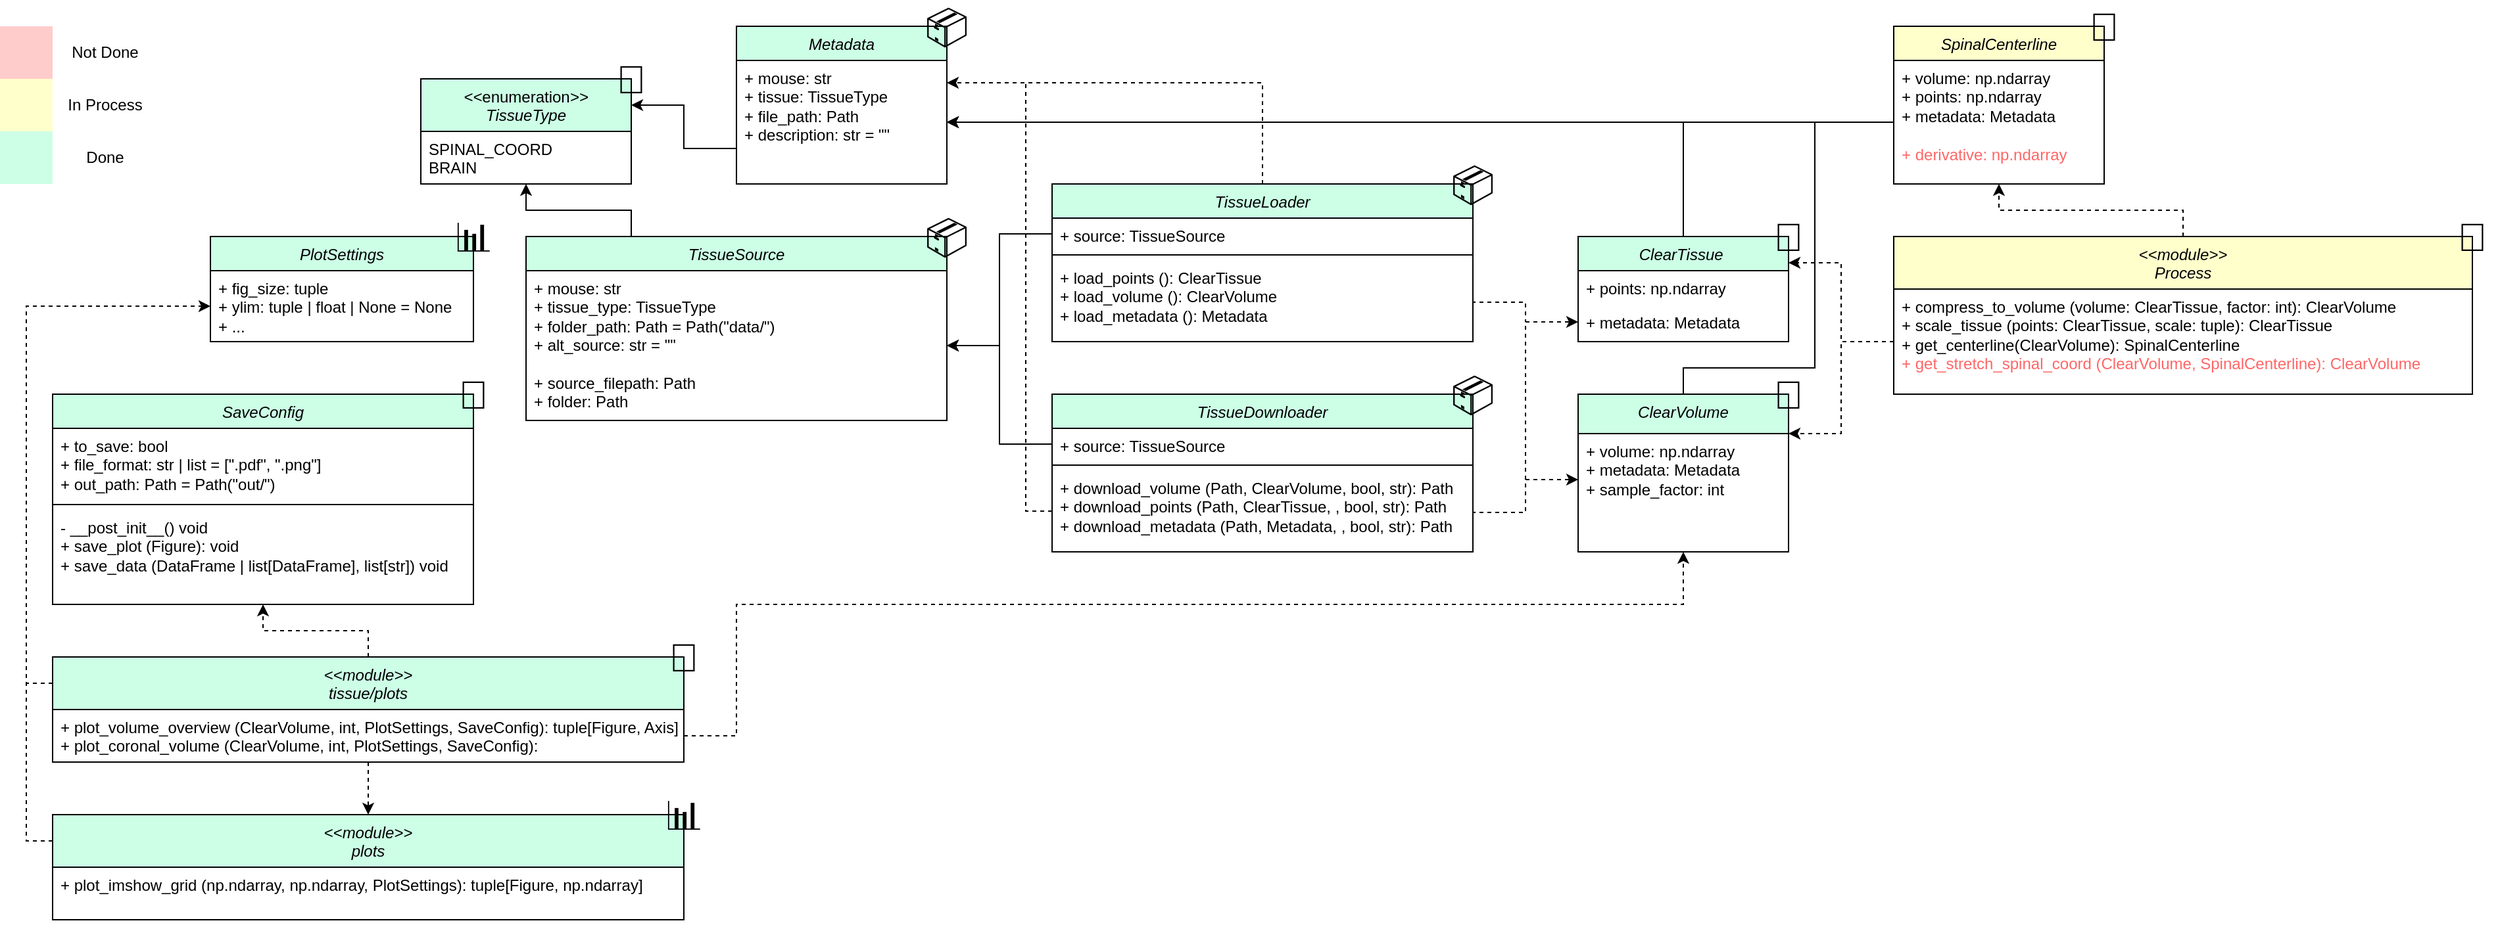
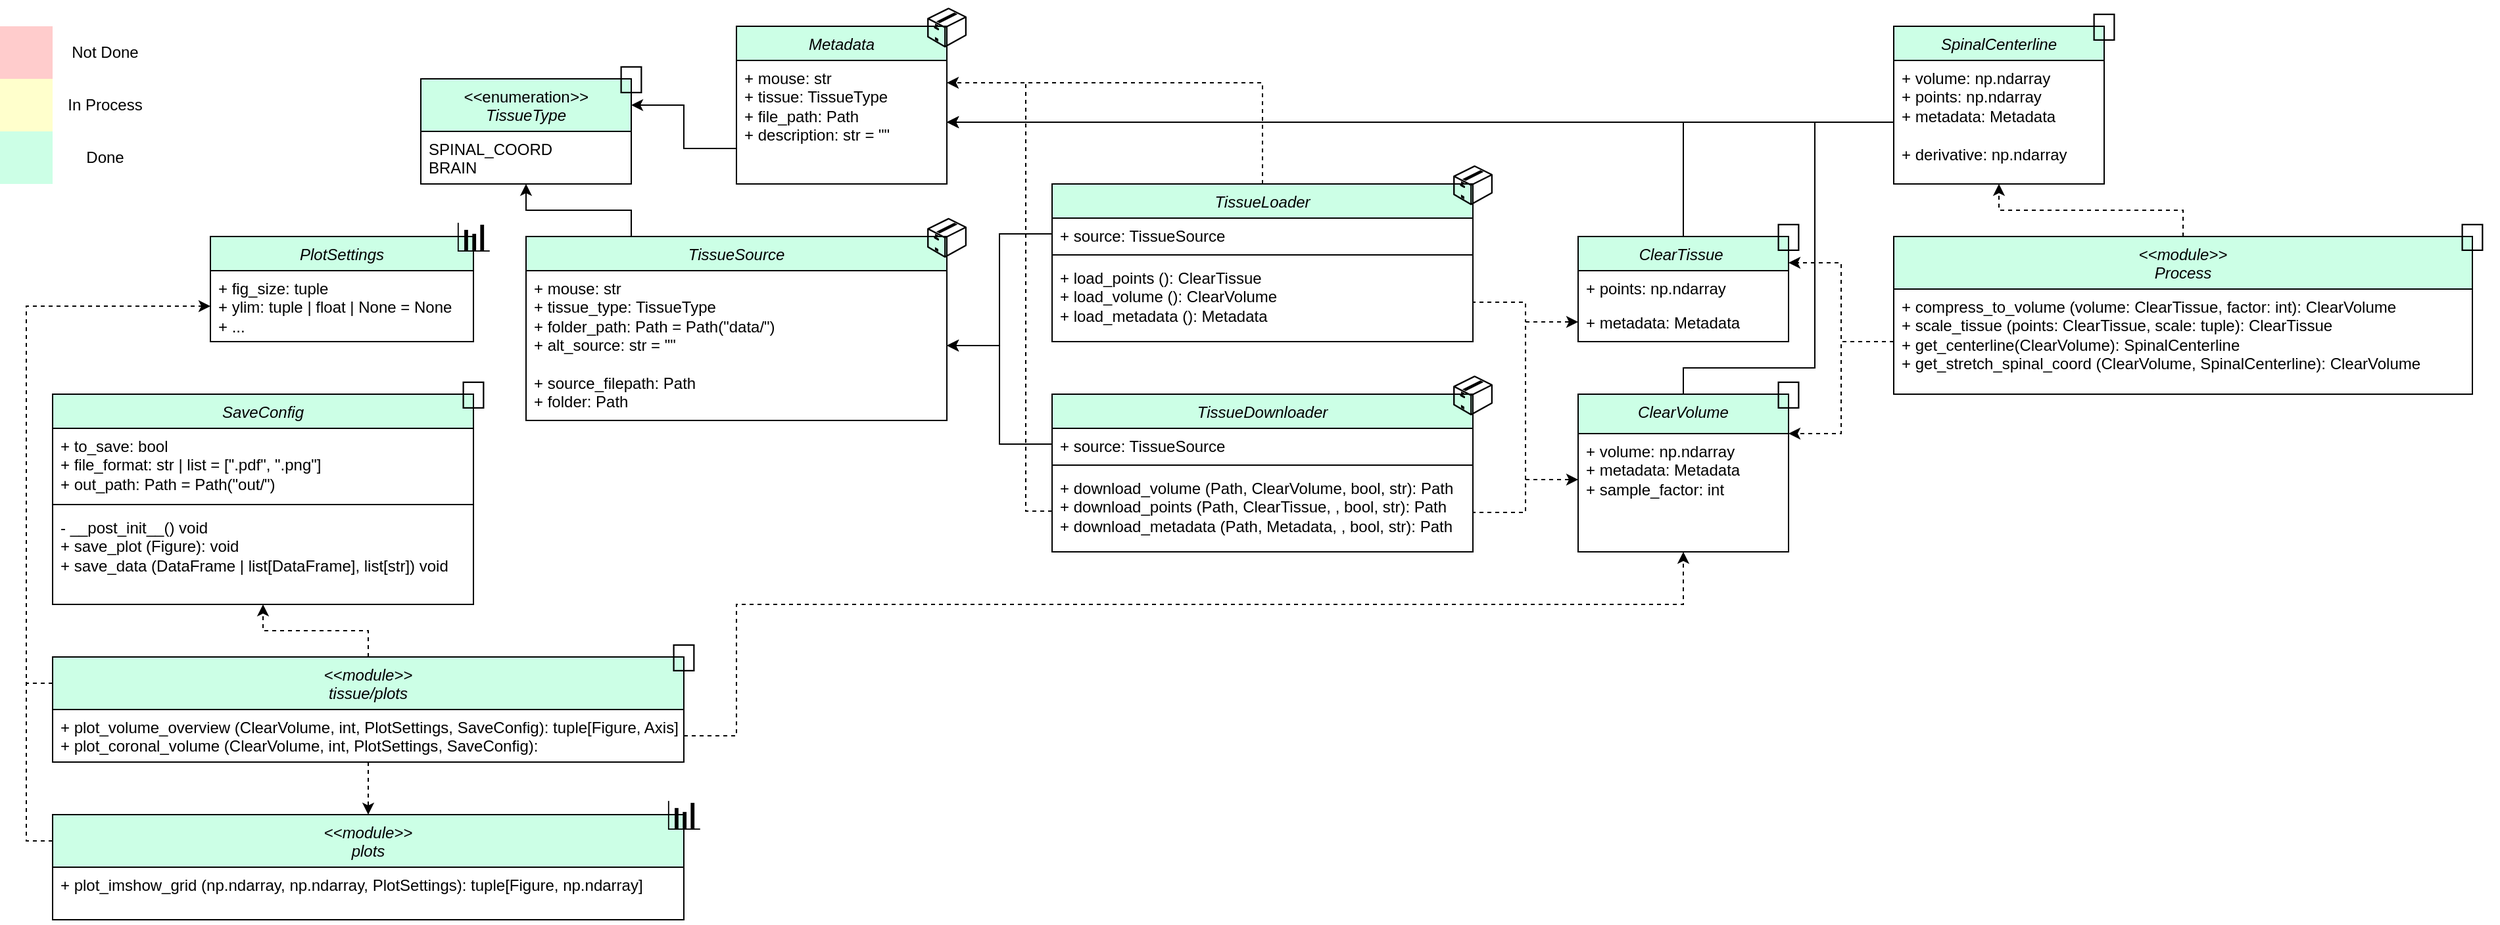
<mxfile host="Electron" agent="Mozilla/5.0 (Macintosh; Intel Mac OS X 10_15_7) AppleWebKit/537.36 (KHTML, like Gecko) draw.io/29.6.1 Chrome/142.0.7444.265 Electron/39.8.0 Safari/537.36" version="29.6.1">
  <diagram id="C5RBs43oDa-KdzZeNtuy" name="Page-1">
-     <mxGraphModel dx="2893" dy="1272" grid="1" gridSize="10" guides="1" tooltips="1" connect="1" arrows="1" fold="1" page="1" pageScale="1" pageWidth="827" pageHeight="1169" background="#FFFFFF" math="0" shadow="0">
+     <mxGraphModel dx="2047" dy="944" grid="1" gridSize="10" guides="1" tooltips="1" connect="1" arrows="1" fold="1" page="1" pageScale="1" pageWidth="827" pageHeight="1169" background="#FFFFFF" math="0" shadow="0">
      <root>
        <mxCell id="WIyWlLk6GJQsqaUBKTNV-0" />
        <mxCell id="WIyWlLk6GJQsqaUBKTNV-1" parent="WIyWlLk6GJQsqaUBKTNV-0" />
        <mxCell id="VM2PziwSYxVi0D9SSNG6-13" parent="WIyWlLk6GJQsqaUBKTNV-1" style="swimlane;fontStyle=1;align=center;verticalAlign=top;childLayout=stackLayout;horizontal=1;startSize=30;horizontalStack=0;resizeParent=1;resizeParentMax=0;resizeLast=0;collapsible=1;marginBottom=0;whiteSpace=wrap;html=1;fillColor=light-dark(#CCFFE6,#1F2F1E);" value="&lt;div&gt;&lt;span style=&quot;font-weight: 400;&quot;&gt;&lt;i&gt;ClearVolume&lt;/i&gt;&lt;/span&gt;&lt;/div&gt;" vertex="1">
          <mxGeometry height="120" width="160" x="400" y="320" as="geometry" />
        </mxCell>
        <mxCell id="VM2PziwSYxVi0D9SSNG6-14" parent="VM2PziwSYxVi0D9SSNG6-13" style="text;strokeColor=none;fillColor=none;align=left;verticalAlign=top;spacingLeft=4;spacingRight=4;overflow=hidden;rotatable=0;points=[[0,0.5],[1,0.5]];portConstraint=eastwest;whiteSpace=wrap;html=1;" value="+ volume: np.ndarray&lt;div&gt;+ metadata: Metadata&lt;/div&gt;&lt;div&gt;&lt;font style=&quot;color: rgb(0, 0, 0);&quot;&gt;+ sample_factor: int&lt;/font&gt;&lt;/div&gt;" vertex="1">
          <mxGeometry height="90" width="160" y="30" as="geometry" />
        </mxCell>
        <mxCell id="9kSy1MCf90ZuvKtcXz_z-16" parent="WIyWlLk6GJQsqaUBKTNV-1" style="swimlane;fontStyle=1;align=center;verticalAlign=top;childLayout=stackLayout;horizontal=1;startSize=26;horizontalStack=0;resizeParent=1;resizeParentMax=0;resizeLast=0;collapsible=1;marginBottom=0;whiteSpace=wrap;html=1;fillColor=#CCFFE6;" value="&lt;i style=&quot;font-weight: normal;&quot;&gt;TissueDownloader&lt;/i&gt;" vertex="1">
          <mxGeometry height="120" width="320" y="320" as="geometry" />
        </mxCell>
        <mxCell id="9kSy1MCf90ZuvKtcXz_z-17" parent="9kSy1MCf90ZuvKtcXz_z-16" style="text;strokeColor=none;fillColor=none;align=left;verticalAlign=top;spacingLeft=4;spacingRight=4;overflow=hidden;rotatable=0;points=[[0,0.5],[1,0.5]];portConstraint=eastwest;whiteSpace=wrap;html=1;" value="+ source: TissueSource" vertex="1">
          <mxGeometry height="24" width="320" y="26" as="geometry" />
        </mxCell>
        <mxCell id="9kSy1MCf90ZuvKtcXz_z-18" parent="9kSy1MCf90ZuvKtcXz_z-16" style="line;strokeWidth=1;fillColor=none;align=left;verticalAlign=middle;spacingTop=-1;spacingLeft=3;spacingRight=3;rotatable=0;labelPosition=right;points=[];portConstraint=eastwest;strokeColor=inherit;" value="" vertex="1">
          <mxGeometry height="8" width="320" y="50" as="geometry" />
        </mxCell>
        <mxCell id="9kSy1MCf90ZuvKtcXz_z-59" edge="1" parent="9kSy1MCf90ZuvKtcXz_z-16" source="9kSy1MCf90ZuvKtcXz_z-19" style="edgeStyle=orthogonalEdgeStyle;rounded=0;orthogonalLoop=1;jettySize=auto;html=1;exitX=0;exitY=0.5;exitDx=0;exitDy=0;endArrow=none;endFill=0;dashed=1;">
          <mxGeometry relative="1" as="geometry">
            <mxPoint x="-20" y="-237" as="targetPoint" />
          </mxGeometry>
        </mxCell>
        <mxCell id="9kSy1MCf90ZuvKtcXz_z-19" parent="9kSy1MCf90ZuvKtcXz_z-16" style="text;strokeColor=none;fillColor=none;align=left;verticalAlign=top;spacingLeft=4;spacingRight=4;overflow=hidden;rotatable=0;points=[[0,0.5],[1,0.5]];portConstraint=eastwest;whiteSpace=wrap;html=1;" value="&lt;div&gt;&lt;span style=&quot;background-color: transparent; color: light-dark(rgb(0, 0, 0), rgb(255, 255, 255));&quot;&gt;+ download_volume (Path, ClearVolume, bool, str): Path&lt;/span&gt;&lt;/div&gt;&lt;div&gt;+ download_points (Path, ClearTissue,&amp;nbsp;&lt;span style=&quot;background-color: transparent; color: light-dark(rgb(0, 0, 0), rgb(255, 255, 255));&quot;&gt;, bool, str&lt;/span&gt;&lt;span style=&quot;background-color: transparent; color: light-dark(rgb(0, 0, 0), rgb(255, 255, 255));&quot;&gt;): Path&lt;/span&gt;&lt;/div&gt;&lt;div&gt;+ download_metadata (Path, Metadata,&amp;nbsp;&lt;span style=&quot;color: light-dark(rgb(0, 0, 0), rgb(255, 255, 255)); background-color: transparent;&quot;&gt;, bool, str&lt;/span&gt;&lt;span style=&quot;color: light-dark(rgb(0, 0, 0), rgb(255, 255, 255)); background-color: transparent;&quot;&gt;): Path&lt;/span&gt;&lt;span style=&quot;background-color: transparent; color: light-dark(rgb(0, 0, 0), rgb(255, 255, 255));&quot;&gt;&lt;/span&gt;&lt;/div&gt;" vertex="1">
          <mxGeometry height="62" width="320" y="58" as="geometry" />
        </mxCell>
        <mxCell id="9kSy1MCf90ZuvKtcXz_z-25" edge="1" parent="WIyWlLk6GJQsqaUBKTNV-1" source="9kSy1MCf90ZuvKtcXz_z-7" style="edgeStyle=orthogonalEdgeStyle;rounded=0;orthogonalLoop=1;jettySize=auto;html=1;exitX=0;exitY=0.25;exitDx=0;exitDy=0;entryX=0;entryY=0.5;entryDx=0;entryDy=0;dashed=1;" target="KJ-KwieZcmjA-HbrrtZJ-34">
          <mxGeometry relative="1" as="geometry" />
        </mxCell>
        <mxCell id="9kSy1MCf90ZuvKtcXz_z-7" parent="WIyWlLk6GJQsqaUBKTNV-1" style="swimlane;fontStyle=1;align=center;verticalAlign=top;childLayout=stackLayout;horizontal=1;startSize=40;horizontalStack=0;resizeParent=1;resizeParentMax=0;resizeLast=0;collapsible=1;marginBottom=0;whiteSpace=wrap;html=1;fillColor=#CCFFE6;" value="&lt;div&gt;&lt;i style=&quot;font-weight: normal;&quot;&gt;&amp;lt;&amp;lt;module&amp;gt;&amp;gt;&lt;/i&gt;&lt;i style=&quot;font-weight: normal;&quot;&gt;&lt;/i&gt;&lt;/div&gt;&lt;i style=&quot;font-weight: normal;&quot;&gt;plots&lt;/i&gt;" vertex="1">
          <mxGeometry height="80" width="480" x="-760" y="640" as="geometry" />
        </mxCell>
        <mxCell id="9kSy1MCf90ZuvKtcXz_z-8" parent="9kSy1MCf90ZuvKtcXz_z-7" style="text;strokeColor=none;fillColor=none;align=left;verticalAlign=top;spacingLeft=4;spacingRight=4;overflow=hidden;rotatable=0;points=[[0,0.5],[1,0.5]];portConstraint=eastwest;whiteSpace=wrap;html=1;" value="+ plot_imshow_grid (np.ndarray, np.ndarray, PlotSettings): tuple[Figure, np.ndarray]" vertex="1">
          <mxGeometry height="40" width="480" y="40" as="geometry" />
        </mxCell>
        <mxCell id="9kSy1MCf90ZuvKtcXz_z-2" parent="WIyWlLk6GJQsqaUBKTNV-1" style="swimlane;fontStyle=1;align=center;verticalAlign=top;childLayout=stackLayout;horizontal=1;startSize=26;horizontalStack=0;resizeParent=1;resizeParentMax=0;resizeLast=0;collapsible=1;marginBottom=0;whiteSpace=wrap;html=1;fillColor=#CCFFE6;" value="&lt;i style=&quot;font-weight: normal;&quot;&gt;SaveConfig&lt;/i&gt;" vertex="1">
          <mxGeometry height="160" width="320" x="-760" y="320" as="geometry" />
        </mxCell>
        <mxCell id="9kSy1MCf90ZuvKtcXz_z-3" parent="9kSy1MCf90ZuvKtcXz_z-2" style="text;strokeColor=none;fillColor=none;align=left;verticalAlign=top;spacingLeft=4;spacingRight=4;overflow=hidden;rotatable=0;points=[[0,0.5],[1,0.5]];portConstraint=eastwest;whiteSpace=wrap;html=1;" value="+ to_save&lt;span style=&quot;color: light-dark(rgb(0, 0, 0), rgb(255, 255, 255)); background-color: transparent;&quot;&gt;: bool&lt;/span&gt;&lt;div&gt;+ file_format: str | list = [&quot;.pdf&quot;, &quot;.png&quot;]&lt;/div&gt;&lt;div&gt;+ out_path: Path = Path(&quot;out/&quot;)&lt;/div&gt;" vertex="1">
          <mxGeometry height="54" width="320" y="26" as="geometry" />
        </mxCell>
        <mxCell id="9kSy1MCf90ZuvKtcXz_z-4" parent="9kSy1MCf90ZuvKtcXz_z-2" style="line;strokeWidth=1;fillColor=none;align=left;verticalAlign=middle;spacingTop=-1;spacingLeft=3;spacingRight=3;rotatable=0;labelPosition=right;points=[];portConstraint=eastwest;strokeColor=inherit;" value="" vertex="1">
          <mxGeometry height="8" width="320" y="80" as="geometry" />
        </mxCell>
        <mxCell id="9kSy1MCf90ZuvKtcXz_z-5" parent="9kSy1MCf90ZuvKtcXz_z-2" style="text;strokeColor=none;fillColor=none;align=left;verticalAlign=top;spacingLeft=4;spacingRight=4;overflow=hidden;rotatable=0;points=[[0,0.5],[1,0.5]];portConstraint=eastwest;whiteSpace=wrap;html=1;" value="&lt;div&gt;- __post_init__() void&lt;/div&gt;+ save_plot (Figure): void&lt;div&gt;+ save_data (DataFrame | list[DataFrame], list[str]) void&lt;/div&gt;" vertex="1">
          <mxGeometry height="72" width="320" y="88" as="geometry" />
        </mxCell>
        <mxCell id="9kSy1MCf90ZuvKtcXz_z-50" edge="1" parent="WIyWlLk6GJQsqaUBKTNV-1" source="zkfFHV4jXpPFQw0GAbJ--0" style="edgeStyle=orthogonalEdgeStyle;rounded=0;orthogonalLoop=1;jettySize=auto;html=1;exitX=0.5;exitY=0;exitDx=0;exitDy=0;entryX=1;entryY=0.5;entryDx=0;entryDy=0;" target="KJ-KwieZcmjA-HbrrtZJ-59">
          <mxGeometry relative="1" as="geometry" />
        </mxCell>
        <mxCell id="zkfFHV4jXpPFQw0GAbJ--0" parent="WIyWlLk6GJQsqaUBKTNV-1" style="swimlane;fontStyle=2;align=center;verticalAlign=top;childLayout=stackLayout;horizontal=1;startSize=26;horizontalStack=0;resizeParent=1;resizeLast=0;collapsible=1;marginBottom=0;rounded=0;shadow=0;strokeWidth=1;fillColor=#CCFFE6;" value="ClearTissue " vertex="1">
          <mxGeometry height="80" width="160" x="400" y="200" as="geometry">
            <mxRectangle height="26" width="160" x="360" y="40" as="alternateBounds" />
          </mxGeometry>
        </mxCell>
        <mxCell id="zkfFHV4jXpPFQw0GAbJ--1" parent="zkfFHV4jXpPFQw0GAbJ--0" style="text;align=left;verticalAlign=top;spacingLeft=4;spacingRight=4;overflow=hidden;rotatable=0;points=[[0,0.5],[1,0.5]];portConstraint=eastwest;" value="+ points: np.ndarray" vertex="1">
          <mxGeometry height="26" width="160" y="26" as="geometry" />
        </mxCell>
        <mxCell id="zkfFHV4jXpPFQw0GAbJ--2" parent="zkfFHV4jXpPFQw0GAbJ--0" style="text;align=left;verticalAlign=top;spacingLeft=4;spacingRight=4;overflow=hidden;rotatable=0;points=[[0,0.5],[1,0.5]];portConstraint=eastwest;rounded=0;shadow=0;html=0;" value="+ metadata: Metadata" vertex="1">
          <mxGeometry height="26" width="160" y="52" as="geometry" />
        </mxCell>
        <mxCell id="9kSy1MCf90ZuvKtcXz_z-58" edge="1" parent="WIyWlLk6GJQsqaUBKTNV-1" source="KJ-KwieZcmjA-HbrrtZJ-0" style="edgeStyle=orthogonalEdgeStyle;rounded=0;orthogonalLoop=1;jettySize=auto;html=1;exitX=0.5;exitY=0;exitDx=0;exitDy=0;entryX=1;entryY=0.5;entryDx=0;entryDy=0;dashed=1;">
          <mxGeometry relative="1" as="geometry">
            <Array as="points">
              <mxPoint x="160" y="83" />
            </Array>
            <mxPoint x="160" y="130" as="sourcePoint" />
            <mxPoint x="-80" y="83" as="targetPoint" />
          </mxGeometry>
        </mxCell>
        <mxCell id="KJ-KwieZcmjA-HbrrtZJ-0" parent="WIyWlLk6GJQsqaUBKTNV-1" style="swimlane;fontStyle=1;align=center;verticalAlign=top;childLayout=stackLayout;horizontal=1;startSize=26;horizontalStack=0;resizeParent=1;resizeParentMax=0;resizeLast=0;collapsible=1;marginBottom=0;whiteSpace=wrap;html=1;fillColor=#CCFFE6;" value="&lt;i style=&quot;font-weight: normal;&quot;&gt;TissueLoader&lt;/i&gt;" vertex="1">
          <mxGeometry height="120" width="320" y="160" as="geometry" />
        </mxCell>
        <mxCell id="KJ-KwieZcmjA-HbrrtZJ-1" parent="KJ-KwieZcmjA-HbrrtZJ-0" style="text;strokeColor=none;fillColor=none;align=left;verticalAlign=top;spacingLeft=4;spacingRight=4;overflow=hidden;rotatable=0;points=[[0,0.5],[1,0.5]];portConstraint=eastwest;whiteSpace=wrap;html=1;" value="&lt;div&gt;+ source: TissueSource&lt;/div&gt;" vertex="1">
          <mxGeometry height="24" width="320" y="26" as="geometry" />
        </mxCell>
        <mxCell id="KJ-KwieZcmjA-HbrrtZJ-2" parent="KJ-KwieZcmjA-HbrrtZJ-0" style="line;strokeWidth=1;fillColor=none;align=left;verticalAlign=middle;spacingTop=-1;spacingLeft=3;spacingRight=3;rotatable=0;labelPosition=right;points=[];portConstraint=eastwest;strokeColor=inherit;" value="" vertex="1">
          <mxGeometry height="8" width="320" y="50" as="geometry" />
        </mxCell>
        <mxCell id="KJ-KwieZcmjA-HbrrtZJ-3" parent="KJ-KwieZcmjA-HbrrtZJ-0" style="text;strokeColor=none;fillColor=none;align=left;verticalAlign=top;spacingLeft=4;spacingRight=4;overflow=hidden;rotatable=0;points=[[0,0.5],[1,0.5]];portConstraint=eastwest;whiteSpace=wrap;html=1;" value="&lt;div&gt;&lt;span style=&quot;background-color: transparent; color: light-dark(rgb(0, 0, 0), rgb(255, 255, 255));&quot;&gt;+ load_points (): ClearTissue&lt;/span&gt;&lt;/div&gt;&lt;div&gt;&lt;span style=&quot;background-color: transparent;&quot;&gt;&lt;font style=&quot;color: light-dark(rgb(0, 0, 0), rgb(255, 255, 255));&quot;&gt;+ load_volume (): ClearVolume&lt;/font&gt;&lt;/span&gt;&lt;/div&gt;&lt;div&gt;&lt;span style=&quot;background-color: transparent;&quot;&gt;&lt;font style=&quot;color: light-dark(rgb(0, 0, 0), rgb(255, 255, 255));&quot;&gt;+ load_metadata (): Metadata&lt;/font&gt;&lt;/span&gt;&lt;/div&gt;" vertex="1">
          <mxGeometry height="62" width="320" y="58" as="geometry" />
        </mxCell>
        <mxCell id="9kSy1MCf90ZuvKtcXz_z-61" edge="1" parent="WIyWlLk6GJQsqaUBKTNV-1" style="edgeStyle=orthogonalEdgeStyle;rounded=0;orthogonalLoop=1;jettySize=auto;html=1;exitX=0.5;exitY=0;exitDx=0;exitDy=0;entryX=1;entryY=0.5;entryDx=0;entryDy=0;" target="KJ-KwieZcmjA-HbrrtZJ-59">
          <mxGeometry relative="1" as="geometry">
            <Array as="points">
              <mxPoint x="480" y="300" />
              <mxPoint x="580" y="300" />
              <mxPoint x="580" y="113" />
            </Array>
            <mxPoint x="480" y="320" as="sourcePoint" />
          </mxGeometry>
        </mxCell>
        <mxCell id="VM2PziwSYxVi0D9SSNG6-10" edge="1" parent="WIyWlLk6GJQsqaUBKTNV-1" source="KJ-KwieZcmjA-HbrrtZJ-23" style="edgeStyle=orthogonalEdgeStyle;rounded=0;orthogonalLoop=1;jettySize=auto;html=1;exitX=0.5;exitY=0;exitDx=0;exitDy=0;entryX=0.5;entryY=1;entryDx=0;entryDy=0;dashed=1;" target="VM2PziwSYxVi0D9SSNG6-5">
          <mxGeometry relative="1" as="geometry" />
        </mxCell>
-         <mxCell id="KJ-KwieZcmjA-HbrrtZJ-23" parent="WIyWlLk6GJQsqaUBKTNV-1" style="swimlane;fontStyle=1;align=center;verticalAlign=top;childLayout=stackLayout;horizontal=1;startSize=40;horizontalStack=0;resizeParent=1;resizeParentMax=0;resizeLast=0;collapsible=1;marginBottom=0;whiteSpace=wrap;html=1;fillColor=light-dark(#FFFFCC,#1F2F1E);" value="&lt;div&gt;&lt;i style=&quot;font-weight: normal;&quot;&gt;&amp;lt;&amp;lt;module&amp;gt;&amp;gt;&lt;/i&gt;&lt;/div&gt;&lt;i style=&quot;font-weight: normal;&quot;&gt;Process&lt;/i&gt;" vertex="1">
+         <mxCell id="KJ-KwieZcmjA-HbrrtZJ-23" parent="WIyWlLk6GJQsqaUBKTNV-1" style="swimlane;fontStyle=1;align=center;verticalAlign=top;childLayout=stackLayout;horizontal=1;startSize=40;horizontalStack=0;resizeParent=1;resizeParentMax=0;resizeLast=0;collapsible=1;marginBottom=0;whiteSpace=wrap;html=1;fillColor=light-dark(#CCFFE6,#1F2F1E);" value="&lt;div&gt;&lt;i style=&quot;font-weight: normal;&quot;&gt;&amp;lt;&amp;lt;module&amp;gt;&amp;gt;&lt;/i&gt;&lt;/div&gt;&lt;i style=&quot;font-weight: normal;&quot;&gt;Process&lt;/i&gt;" vertex="1">
          <mxGeometry height="120" width="440" x="640" y="200" as="geometry" />
        </mxCell>
-         <mxCell id="KJ-KwieZcmjA-HbrrtZJ-26" parent="KJ-KwieZcmjA-HbrrtZJ-23" style="text;strokeColor=none;fillColor=none;align=left;verticalAlign=top;spacingLeft=4;spacingRight=4;overflow=hidden;rotatable=0;points=[[0,0.5],[1,0.5]];portConstraint=eastwest;whiteSpace=wrap;html=1;" value="+ compress_to_volume (volume: ClearTissue, factor: int): ClearVolume&lt;div&gt;+ scale_tissue (points: ClearTissue, scale: tuple): ClearTissue&lt;/div&gt;&lt;div&gt;&lt;font style=&quot;color: rgb(0, 0, 0);&quot;&gt;+ get_centerline(ClearVolume):&amp;nbsp;&lt;span style=&quot;background-color: transparent; text-align: center;&quot;&gt;SpinalCenterline&lt;/span&gt;&lt;/font&gt;&lt;/div&gt;&lt;div&gt;&lt;font style=&quot;color: rgb(255, 102, 102);&quot;&gt;&lt;span style=&quot;background-color: transparent; text-align: center;&quot;&gt;+ get_stretch_spinal_coord (ClearVolume, SpinalCenterline): ClearVolume&lt;/span&gt;&lt;/font&gt;&lt;/div&gt;" vertex="1">
+         <mxCell id="KJ-KwieZcmjA-HbrrtZJ-26" parent="KJ-KwieZcmjA-HbrrtZJ-23" style="text;strokeColor=none;fillColor=none;align=left;verticalAlign=top;spacingLeft=4;spacingRight=4;overflow=hidden;rotatable=0;points=[[0,0.5],[1,0.5]];portConstraint=eastwest;whiteSpace=wrap;html=1;" value="+ compress_to_volume (volume: ClearTissue, factor: int): ClearVolume&lt;div&gt;+ scale_tissue (points: ClearTissue, scale: tuple): ClearTissue&lt;/div&gt;&lt;div&gt;&lt;font style=&quot;color: rgb(0, 0, 0);&quot;&gt;+ get_centerline(ClearVolume):&amp;nbsp;&lt;span style=&quot;background-color: transparent; text-align: center;&quot;&gt;SpinalCenterline&lt;/span&gt;&lt;/font&gt;&lt;/div&gt;&lt;div&gt;&lt;font style=&quot;color: rgb(0, 0, 0);&quot;&gt;&lt;span style=&quot;background-color: transparent; text-align: center;&quot;&gt;+ get_stretch_spinal_coord (ClearVolume, SpinalCenterline): ClearVolume&lt;/span&gt;&lt;/font&gt;&lt;/div&gt;" vertex="1">
          <mxGeometry height="80" width="440" y="40" as="geometry" />
        </mxCell>
        <mxCell id="KJ-KwieZcmjA-HbrrtZJ-27" edge="1" parent="WIyWlLk6GJQsqaUBKTNV-1" source="KJ-KwieZcmjA-HbrrtZJ-26" style="edgeStyle=orthogonalEdgeStyle;rounded=0;orthogonalLoop=1;jettySize=auto;html=1;exitX=0;exitY=0.5;exitDx=0;exitDy=0;entryX=1;entryY=0.25;entryDx=0;entryDy=0;dashed=1;" target="zkfFHV4jXpPFQw0GAbJ--0">
          <mxGeometry relative="1" as="geometry" />
        </mxCell>
        <mxCell id="KJ-KwieZcmjA-HbrrtZJ-28" edge="1" parent="WIyWlLk6GJQsqaUBKTNV-1" source="KJ-KwieZcmjA-HbrrtZJ-26" style="edgeStyle=orthogonalEdgeStyle;rounded=0;orthogonalLoop=1;jettySize=auto;html=1;exitX=0;exitY=0.5;exitDx=0;exitDy=0;entryX=1;entryY=0.25;entryDx=0;entryDy=0;dashed=1;" target="VM2PziwSYxVi0D9SSNG6-13">
          <mxGeometry relative="1" as="geometry">
            <mxPoint x="560" y="340" as="targetPoint" />
          </mxGeometry>
        </mxCell>
        <mxCell id="9kSy1MCf90ZuvKtcXz_z-9" edge="1" parent="WIyWlLk6GJQsqaUBKTNV-1" source="KJ-KwieZcmjA-HbrrtZJ-29" style="edgeStyle=orthogonalEdgeStyle;rounded=0;orthogonalLoop=1;jettySize=auto;html=1;exitX=0.5;exitY=1;exitDx=0;exitDy=0;entryX=0.5;entryY=0;entryDx=0;entryDy=0;dashed=1;" target="9kSy1MCf90ZuvKtcXz_z-7">
          <mxGeometry relative="1" as="geometry" />
        </mxCell>
        <mxCell id="9kSy1MCf90ZuvKtcXz_z-29" edge="1" parent="WIyWlLk6GJQsqaUBKTNV-1" source="KJ-KwieZcmjA-HbrrtZJ-29" style="edgeStyle=orthogonalEdgeStyle;rounded=0;orthogonalLoop=1;jettySize=auto;html=1;exitX=0;exitY=0.25;exitDx=0;exitDy=0;dashed=1;endArrow=none;endFill=0;">
          <mxGeometry relative="1" as="geometry">
            <mxPoint x="-780" y="540" as="targetPoint" />
          </mxGeometry>
        </mxCell>
        <mxCell id="9kSy1MCf90ZuvKtcXz_z-30" edge="1" parent="WIyWlLk6GJQsqaUBKTNV-1" source="KJ-KwieZcmjA-HbrrtZJ-29" style="edgeStyle=orthogonalEdgeStyle;rounded=0;orthogonalLoop=1;jettySize=auto;html=1;exitX=0.5;exitY=0;exitDx=0;exitDy=0;dashed=1;" target="9kSy1MCf90ZuvKtcXz_z-2">
          <mxGeometry relative="1" as="geometry" />
        </mxCell>
        <mxCell id="KJ-KwieZcmjA-HbrrtZJ-29" parent="WIyWlLk6GJQsqaUBKTNV-1" style="swimlane;fontStyle=1;align=center;verticalAlign=top;childLayout=stackLayout;horizontal=1;startSize=40;horizontalStack=0;resizeParent=1;resizeParentMax=0;resizeLast=0;collapsible=1;marginBottom=0;whiteSpace=wrap;html=1;fillColor=#CCFFE6;" value="&lt;div&gt;&lt;i style=&quot;font-weight: normal;&quot;&gt;&amp;lt;&amp;lt;module&amp;gt;&amp;gt;&lt;/i&gt;&lt;i style=&quot;font-weight: normal;&quot;&gt;&lt;/i&gt;&lt;/div&gt;&lt;i style=&quot;font-weight: normal;&quot;&gt;tissue/plots&lt;/i&gt;" vertex="1">
          <mxGeometry height="80" width="480" x="-760" y="520" as="geometry" />
        </mxCell>
        <mxCell id="KJ-KwieZcmjA-HbrrtZJ-32" parent="KJ-KwieZcmjA-HbrrtZJ-29" style="text;strokeColor=none;fillColor=none;align=left;verticalAlign=top;spacingLeft=4;spacingRight=4;overflow=hidden;rotatable=0;points=[[0,0.5],[1,0.5]];portConstraint=eastwest;whiteSpace=wrap;html=1;" value="+ plot_volume_overview (ClearVolume, int, PlotSettings, SaveConfig): tuple[Figure, Axis]&lt;div&gt;+ plot_coronal_volume&amp;nbsp;&lt;span style=&quot;background-color: transparent; color: light-dark(rgb(0, 0, 0), rgb(255, 255, 255));&quot;&gt;(ClearVolume, int,&amp;nbsp;&lt;/span&gt;PlotSettings&lt;span style=&quot;background-color: transparent; color: light-dark(rgb(0, 0, 0), rgb(255, 255, 255));&quot;&gt;, SaveConfig):&lt;/span&gt;&lt;/div&gt;" vertex="1">
          <mxGeometry height="40" width="480" y="40" as="geometry" />
        </mxCell>
        <mxCell id="KJ-KwieZcmjA-HbrrtZJ-33" parent="WIyWlLk6GJQsqaUBKTNV-1" style="swimlane;fontStyle=1;align=center;verticalAlign=top;childLayout=stackLayout;horizontal=1;startSize=26;horizontalStack=0;resizeParent=1;resizeParentMax=0;resizeLast=0;collapsible=1;marginBottom=0;whiteSpace=wrap;html=1;fillColor=#CCFFE6;" value="&lt;span style=&quot;font-weight: 400; text-align: left;&quot;&gt;&lt;i&gt;PlotSettings&lt;/i&gt;&lt;/span&gt;" vertex="1">
          <mxGeometry height="80" width="200" x="-640" y="200" as="geometry" />
        </mxCell>
        <mxCell id="KJ-KwieZcmjA-HbrrtZJ-34" parent="KJ-KwieZcmjA-HbrrtZJ-33" style="text;strokeColor=none;fillColor=none;align=left;verticalAlign=top;spacingLeft=4;spacingRight=4;overflow=hidden;rotatable=0;points=[[0,0.5],[1,0.5]];portConstraint=eastwest;whiteSpace=wrap;html=1;" value="+ fig_size: tuple&lt;div&gt;+ ylim: tuple | float | None = None&lt;/div&gt;&lt;div&gt;+ ...&lt;/div&gt;" vertex="1">
          <mxGeometry height="54" width="200" y="26" as="geometry" />
        </mxCell>
        <mxCell id="KJ-KwieZcmjA-HbrrtZJ-43" parent="WIyWlLk6GJQsqaUBKTNV-1" style="rounded=0;whiteSpace=wrap;html=1;strokeColor=none;fillColor=#CCFFE6;" value="" vertex="1">
          <mxGeometry height="40" width="40" x="-800" y="120" as="geometry" />
        </mxCell>
        <mxCell id="KJ-KwieZcmjA-HbrrtZJ-44" parent="WIyWlLk6GJQsqaUBKTNV-1" style="rounded=0;whiteSpace=wrap;html=1;strokeColor=none;fillColor=#FFFFCC;" value="" vertex="1">
          <mxGeometry height="40" width="40" x="-800" y="80" as="geometry" />
        </mxCell>
        <mxCell id="KJ-KwieZcmjA-HbrrtZJ-45" parent="WIyWlLk6GJQsqaUBKTNV-1" style="rounded=0;whiteSpace=wrap;html=1;strokeColor=none;fillColor=#FFCCCC;" value="" vertex="1">
          <mxGeometry height="40" width="40" x="-800" y="40" as="geometry" />
        </mxCell>
        <mxCell id="KJ-KwieZcmjA-HbrrtZJ-46" parent="WIyWlLk6GJQsqaUBKTNV-1" style="text;html=1;whiteSpace=wrap;strokeColor=none;fillColor=none;align=center;verticalAlign=middle;rounded=0;" value="Not Done" vertex="1">
          <mxGeometry height="40" width="80" x="-760" y="40" as="geometry" />
        </mxCell>
        <mxCell id="KJ-KwieZcmjA-HbrrtZJ-47" parent="WIyWlLk6GJQsqaUBKTNV-1" style="text;html=1;whiteSpace=wrap;strokeColor=none;fillColor=none;align=center;verticalAlign=middle;rounded=0;" value="In Process" vertex="1">
          <mxGeometry height="40" width="80" x="-760" y="80" as="geometry" />
        </mxCell>
        <mxCell id="KJ-KwieZcmjA-HbrrtZJ-48" parent="WIyWlLk6GJQsqaUBKTNV-1" style="text;html=1;whiteSpace=wrap;strokeColor=none;fillColor=none;align=center;verticalAlign=middle;rounded=0;" value="Done" vertex="1">
          <mxGeometry height="40" width="80" x="-760" y="120" as="geometry" />
        </mxCell>
        <mxCell id="KJ-KwieZcmjA-HbrrtZJ-51" parent="WIyWlLk6GJQsqaUBKTNV-1" style="text;html=1;whiteSpace=wrap;strokeColor=none;fillColor=none;align=center;verticalAlign=middle;rounded=0;fontSize=30;" value="📦" vertex="1">
          <mxGeometry height="40" width="40" x="300" y="140" as="geometry" />
        </mxCell>
        <mxCell id="KJ-KwieZcmjA-HbrrtZJ-52" parent="WIyWlLk6GJQsqaUBKTNV-1" style="text;html=1;whiteSpace=wrap;strokeColor=none;fillColor=none;align=center;verticalAlign=middle;rounded=0;fontSize=30;" value="🧪" vertex="1">
          <mxGeometry height="40" width="40" x="540" y="180" as="geometry" />
        </mxCell>
        <mxCell id="KJ-KwieZcmjA-HbrrtZJ-53" parent="WIyWlLk6GJQsqaUBKTNV-1" style="text;html=1;whiteSpace=wrap;strokeColor=none;fillColor=none;align=center;verticalAlign=middle;rounded=0;fontSize=30;" value="🧪" vertex="1">
          <mxGeometry height="40" width="40" x="540" y="300" as="geometry" />
        </mxCell>
        <mxCell id="KJ-KwieZcmjA-HbrrtZJ-54" parent="WIyWlLk6GJQsqaUBKTNV-1" style="text;html=1;whiteSpace=wrap;strokeColor=none;fillColor=none;align=center;verticalAlign=middle;rounded=0;fontSize=30;" value="📊" vertex="1">
          <mxGeometry height="40" width="40" x="-300" y="620" as="geometry" />
        </mxCell>
        <mxCell id="KJ-KwieZcmjA-HbrrtZJ-55" parent="WIyWlLk6GJQsqaUBKTNV-1" style="text;html=1;whiteSpace=wrap;strokeColor=none;fillColor=none;align=center;verticalAlign=middle;rounded=0;fontSize=30;" value="📊" vertex="1">
          <mxGeometry height="40" width="40" x="-460" y="180" as="geometry" />
        </mxCell>
        <mxCell id="KJ-KwieZcmjA-HbrrtZJ-56" parent="WIyWlLk6GJQsqaUBKTNV-1" style="text;html=1;whiteSpace=wrap;strokeColor=none;fillColor=none;align=center;verticalAlign=middle;rounded=0;fontSize=30;" value="💾" vertex="1">
          <mxGeometry height="40" width="40" x="-460" y="300" as="geometry" />
        </mxCell>
        <mxCell id="KJ-KwieZcmjA-HbrrtZJ-57" parent="WIyWlLk6GJQsqaUBKTNV-1" style="text;html=1;whiteSpace=wrap;strokeColor=none;fillColor=none;align=center;verticalAlign=middle;rounded=0;fontSize=30;" value="🍔" vertex="1">
          <mxGeometry height="40" width="40" x="1060" y="180" as="geometry" />
        </mxCell>
        <mxCell id="KJ-KwieZcmjA-HbrrtZJ-58" parent="WIyWlLk6GJQsqaUBKTNV-1" style="swimlane;fontStyle=1;align=center;verticalAlign=top;childLayout=stackLayout;horizontal=1;startSize=26;horizontalStack=0;resizeParent=1;resizeParentMax=0;resizeLast=0;collapsible=1;marginBottom=0;whiteSpace=wrap;html=1;fillColor=#CCFFE6;" value="&lt;i style=&quot;font-weight: normal;&quot;&gt;Metadata&lt;/i&gt;" vertex="1">
          <mxGeometry height="120" width="160" x="-240" y="40" as="geometry" />
        </mxCell>
        <mxCell id="KJ-KwieZcmjA-HbrrtZJ-59" parent="KJ-KwieZcmjA-HbrrtZJ-58" style="text;strokeColor=none;fillColor=none;align=left;verticalAlign=top;spacingLeft=4;spacingRight=4;overflow=hidden;rotatable=0;points=[[0,0.5],[1,0.5]];portConstraint=eastwest;whiteSpace=wrap;html=1;" value="+ mouse: str&lt;div&gt;+ tissue: TissueType&lt;/div&gt;&lt;div&gt;+ file_path: Path&lt;/div&gt;&lt;div&gt;+ description: str = &quot;&quot;&lt;/div&gt;" vertex="1">
          <mxGeometry height="94" width="160" y="26" as="geometry" />
        </mxCell>
        <mxCell id="KJ-KwieZcmjA-HbrrtZJ-65" edge="1" parent="WIyWlLk6GJQsqaUBKTNV-1" source="KJ-KwieZcmjA-HbrrtZJ-59" style="edgeStyle=orthogonalEdgeStyle;rounded=0;orthogonalLoop=1;jettySize=auto;html=1;entryX=1;entryY=0.25;entryDx=0;entryDy=0;" target="KJ-KwieZcmjA-HbrrtZJ-62" value="">
          <mxGeometry relative="1" as="geometry">
            <Array as="points">
              <mxPoint x="-280" y="133" />
              <mxPoint x="-280" y="100" />
            </Array>
          </mxGeometry>
        </mxCell>
        <mxCell id="9kSy1MCf90ZuvKtcXz_z-6" parent="WIyWlLk6GJQsqaUBKTNV-1" style="text;html=1;whiteSpace=wrap;strokeColor=none;fillColor=none;align=center;verticalAlign=middle;rounded=0;fontSize=30;" value="🧪" vertex="1">
          <mxGeometry height="40" width="40" x="-300" y="500" as="geometry" />
        </mxCell>
        <mxCell id="9kSy1MCf90ZuvKtcXz_z-15" parent="WIyWlLk6GJQsqaUBKTNV-1" style="text;html=1;whiteSpace=wrap;strokeColor=none;fillColor=none;align=center;verticalAlign=middle;rounded=0;fontSize=30;" value="📦" vertex="1">
          <mxGeometry height="40" width="40" x="300" y="300" as="geometry" />
        </mxCell>
        <mxCell id="KJ-KwieZcmjA-HbrrtZJ-62" parent="WIyWlLk6GJQsqaUBKTNV-1" style="swimlane;fontStyle=1;align=center;verticalAlign=top;childLayout=stackLayout;horizontal=1;startSize=40;horizontalStack=0;resizeParent=1;resizeParentMax=0;resizeLast=0;collapsible=1;marginBottom=0;whiteSpace=wrap;html=1;fillColor=#CCFFE6;" value="&lt;i style=&quot;font-weight: 400;&quot;&gt;&amp;lt;&amp;lt;&lt;/i&gt;&lt;span style=&quot;font-weight: 400;&quot;&gt;enumeration&lt;/span&gt;&lt;i style=&quot;font-weight: 400;&quot;&gt;&amp;gt;&amp;gt;&lt;/i&gt;&lt;br style=&quot;font-weight: 400;&quot;&gt;&lt;i style=&quot;font-weight: 400;&quot;&gt;TissueType&lt;/i&gt;" vertex="1">
          <mxGeometry height="80" width="160" x="-480" y="80" as="geometry" />
        </mxCell>
        <mxCell id="KJ-KwieZcmjA-HbrrtZJ-63" parent="KJ-KwieZcmjA-HbrrtZJ-62" style="text;strokeColor=none;fillColor=none;align=left;verticalAlign=top;spacingLeft=4;spacingRight=4;overflow=hidden;rotatable=0;points=[[0,0.5],[1,0.5]];portConstraint=eastwest;whiteSpace=wrap;html=1;" value="SPINAL_COORD&lt;div&gt;BRAIN&lt;/div&gt;" vertex="1">
          <mxGeometry height="40" width="160" y="40" as="geometry" />
        </mxCell>
        <mxCell id="9kSy1MCf90ZuvKtcXz_z-45" edge="1" parent="WIyWlLk6GJQsqaUBKTNV-1" source="9kSy1MCf90ZuvKtcXz_z-41" style="edgeStyle=orthogonalEdgeStyle;rounded=0;orthogonalLoop=1;jettySize=auto;html=1;exitX=0.25;exitY=0;exitDx=0;exitDy=0;" target="KJ-KwieZcmjA-HbrrtZJ-62">
          <mxGeometry relative="1" as="geometry" />
        </mxCell>
        <mxCell id="9kSy1MCf90ZuvKtcXz_z-41" parent="WIyWlLk6GJQsqaUBKTNV-1" style="swimlane;fontStyle=1;align=center;verticalAlign=top;childLayout=stackLayout;horizontal=1;startSize=26;horizontalStack=0;resizeParent=1;resizeParentMax=0;resizeLast=0;collapsible=1;marginBottom=0;whiteSpace=wrap;html=1;fillColor=#CCFFE6;" value="&lt;i style=&quot;font-weight: normal;&quot;&gt;TissueSource&lt;/i&gt;" vertex="1">
          <mxGeometry height="140" width="320" x="-400" y="200" as="geometry" />
        </mxCell>
        <mxCell id="9kSy1MCf90ZuvKtcXz_z-42" parent="9kSy1MCf90ZuvKtcXz_z-41" style="text;strokeColor=none;fillColor=none;align=left;verticalAlign=top;spacingLeft=4;spacingRight=4;overflow=hidden;rotatable=0;points=[[0,0.5],[1,0.5]];portConstraint=eastwest;whiteSpace=wrap;html=1;" value="&lt;div&gt;+ mouse: str&lt;/div&gt;&lt;div&gt;+ tissue_type: TissueType&lt;/div&gt;&lt;div&gt;+ folder_path: Path = Path(&quot;data/&quot;)&lt;/div&gt;&lt;div&gt;+ alt_source: str = &quot;&quot;&lt;/div&gt;&lt;div&gt;&lt;br&gt;&lt;/div&gt;&lt;div&gt;+ source_filepath: Path&lt;/div&gt;&lt;div&gt;+ folder: Path&lt;/div&gt;" vertex="1">
          <mxGeometry height="114" width="320" y="26" as="geometry" />
        </mxCell>
        <mxCell id="9kSy1MCf90ZuvKtcXz_z-46" edge="1" parent="WIyWlLk6GJQsqaUBKTNV-1" source="KJ-KwieZcmjA-HbrrtZJ-1" style="edgeStyle=orthogonalEdgeStyle;rounded=0;orthogonalLoop=1;jettySize=auto;html=1;exitX=0;exitY=0.5;exitDx=0;exitDy=0;entryX=1;entryY=0.5;entryDx=0;entryDy=0;" target="9kSy1MCf90ZuvKtcXz_z-42">
          <mxGeometry relative="1" as="geometry" />
        </mxCell>
        <mxCell id="9kSy1MCf90ZuvKtcXz_z-47" edge="1" parent="WIyWlLk6GJQsqaUBKTNV-1" source="9kSy1MCf90ZuvKtcXz_z-17" style="edgeStyle=orthogonalEdgeStyle;rounded=0;orthogonalLoop=1;jettySize=auto;html=1;exitX=0;exitY=0.5;exitDx=0;exitDy=0;" target="9kSy1MCf90ZuvKtcXz_z-42">
          <mxGeometry relative="1" as="geometry" />
        </mxCell>
        <mxCell id="9kSy1MCf90ZuvKtcXz_z-48" parent="WIyWlLk6GJQsqaUBKTNV-1" style="text;html=1;whiteSpace=wrap;strokeColor=none;fillColor=none;align=center;verticalAlign=middle;rounded=0;fontSize=30;" value="📦" vertex="1">
          <mxGeometry height="40" width="40" x="-100" y="180" as="geometry" />
        </mxCell>
        <mxCell id="9kSy1MCf90ZuvKtcXz_z-49" parent="WIyWlLk6GJQsqaUBKTNV-1" style="text;html=1;whiteSpace=wrap;strokeColor=none;fillColor=none;align=center;verticalAlign=middle;rounded=0;fontSize=30;" value="📦" vertex="1">
          <mxGeometry height="40" width="40" x="-100" y="20" as="geometry" />
        </mxCell>
        <mxCell id="KJ-KwieZcmjA-HbrrtZJ-64" parent="WIyWlLk6GJQsqaUBKTNV-1" style="text;html=1;whiteSpace=wrap;strokeColor=none;fillColor=none;align=center;verticalAlign=middle;rounded=0;fontSize=30;" value="🧪" vertex="1">
          <mxGeometry height="40" width="40" x="-340" y="60" as="geometry" />
        </mxCell>
        <mxCell id="9kSy1MCf90ZuvKtcXz_z-52" edge="1" parent="WIyWlLk6GJQsqaUBKTNV-1" source="9kSy1MCf90ZuvKtcXz_z-19" style="edgeStyle=orthogonalEdgeStyle;rounded=0;orthogonalLoop=1;jettySize=auto;html=1;exitX=1;exitY=0.5;exitDx=0;exitDy=0;dashed=1;entryX=0;entryY=0.5;entryDx=0;entryDy=0;">
          <mxGeometry relative="1" as="geometry">
            <Array as="points">
              <mxPoint x="320" y="410" />
              <mxPoint x="360" y="410" />
              <mxPoint x="360" y="385" />
            </Array>
            <mxPoint x="400" y="384.9999999999998" as="targetPoint" />
          </mxGeometry>
        </mxCell>
        <mxCell id="9kSy1MCf90ZuvKtcXz_z-53" edge="1" parent="WIyWlLk6GJQsqaUBKTNV-1" source="9kSy1MCf90ZuvKtcXz_z-19" style="edgeStyle=orthogonalEdgeStyle;rounded=0;orthogonalLoop=1;jettySize=auto;html=1;exitX=1;exitY=0.5;exitDx=0;exitDy=0;entryX=0;entryY=0.5;entryDx=0;entryDy=0;dashed=1;" target="zkfFHV4jXpPFQw0GAbJ--2">
          <mxGeometry relative="1" as="geometry">
            <Array as="points">
              <mxPoint x="320" y="410" />
              <mxPoint x="360" y="410" />
              <mxPoint x="360" y="265" />
            </Array>
          </mxGeometry>
        </mxCell>
        <mxCell id="9kSy1MCf90ZuvKtcXz_z-54" edge="1" parent="WIyWlLk6GJQsqaUBKTNV-1" source="KJ-KwieZcmjA-HbrrtZJ-3" style="edgeStyle=orthogonalEdgeStyle;rounded=0;orthogonalLoop=1;jettySize=auto;html=1;exitX=1;exitY=0.5;exitDx=0;exitDy=0;dashed=1;endArrow=none;endFill=0;">
          <mxGeometry relative="1" as="geometry">
            <Array as="points">
              <mxPoint x="320" y="250" />
              <mxPoint x="360" y="250" />
              <mxPoint x="360" y="265" />
            </Array>
            <mxPoint x="360" y="265" as="targetPoint" />
          </mxGeometry>
        </mxCell>
        <mxCell id="9kSy1MCf90ZuvKtcXz_z-56" edge="1" parent="WIyWlLk6GJQsqaUBKTNV-1" source="KJ-KwieZcmjA-HbrrtZJ-32" style="edgeStyle=orthogonalEdgeStyle;rounded=0;orthogonalLoop=1;jettySize=auto;html=1;exitX=1;exitY=0.5;exitDx=0;exitDy=0;dashed=1;" target="VM2PziwSYxVi0D9SSNG6-13">
          <mxGeometry relative="1" as="geometry">
            <Array as="points">
              <mxPoint x="-240" y="580" />
              <mxPoint x="-240" y="480" />
              <mxPoint x="480" y="480" />
            </Array>
            <mxPoint x="480" y="400" as="targetPoint" />
          </mxGeometry>
        </mxCell>
-         <mxCell id="VM2PziwSYxVi0D9SSNG6-5" parent="WIyWlLk6GJQsqaUBKTNV-1" style="swimlane;fontStyle=1;align=center;verticalAlign=top;childLayout=stackLayout;horizontal=1;startSize=26;horizontalStack=0;resizeParent=1;resizeParentMax=0;resizeLast=0;collapsible=1;marginBottom=0;whiteSpace=wrap;html=1;fillColor=#FFFFCC;" value="&lt;i style=&quot;font-weight: normal;&quot;&gt;SpinalCenterline&lt;/i&gt;" vertex="1">
+         <mxCell id="VM2PziwSYxVi0D9SSNG6-5" parent="WIyWlLk6GJQsqaUBKTNV-1" style="swimlane;fontStyle=1;align=center;verticalAlign=top;childLayout=stackLayout;horizontal=1;startSize=26;horizontalStack=0;resizeParent=1;resizeParentMax=0;resizeLast=0;collapsible=1;marginBottom=0;whiteSpace=wrap;html=1;fillColor=#CCFFE6;" value="&lt;i style=&quot;font-weight: normal;&quot;&gt;SpinalCenterline&lt;/i&gt;" vertex="1">
          <mxGeometry height="120" width="160" x="640" y="40" as="geometry" />
        </mxCell>
-         <mxCell id="VM2PziwSYxVi0D9SSNG6-6" parent="VM2PziwSYxVi0D9SSNG6-5" style="text;strokeColor=none;fillColor=none;align=left;verticalAlign=top;spacingLeft=4;spacingRight=4;overflow=hidden;rotatable=0;points=[[0,0.5],[1,0.5]];portConstraint=eastwest;whiteSpace=wrap;html=1;" value="+ volume: np.ndarray&lt;div&gt;+ points: np.ndarray&lt;/div&gt;&lt;div&gt;+ metadata: Metadata&lt;/div&gt;&lt;div&gt;&lt;br&gt;&lt;/div&gt;&lt;div&gt;&lt;font style=&quot;color: rgb(255, 102, 102);&quot;&gt;+ derivative: np.ndarray&lt;/font&gt;&lt;/div&gt;" vertex="1">
+         <mxCell id="VM2PziwSYxVi0D9SSNG6-6" parent="VM2PziwSYxVi0D9SSNG6-5" style="text;strokeColor=none;fillColor=none;align=left;verticalAlign=top;spacingLeft=4;spacingRight=4;overflow=hidden;rotatable=0;points=[[0,0.5],[1,0.5]];portConstraint=eastwest;whiteSpace=wrap;html=1;" value="+ volume: np.ndarray&lt;div&gt;+ points: np.ndarray&lt;/div&gt;&lt;div&gt;+ metadata: Metadata&lt;/div&gt;&lt;div&gt;&lt;br&gt;&lt;/div&gt;&lt;div&gt;&lt;font style=&quot;color: rgb(0, 0, 0);&quot;&gt;+ derivative: np.ndarray&lt;/font&gt;&lt;/div&gt;" vertex="1">
          <mxGeometry height="94" width="160" y="26" as="geometry" />
        </mxCell>
        <mxCell id="VM2PziwSYxVi0D9SSNG6-11" edge="1" parent="WIyWlLk6GJQsqaUBKTNV-1" source="VM2PziwSYxVi0D9SSNG6-6" style="edgeStyle=orthogonalEdgeStyle;rounded=0;orthogonalLoop=1;jettySize=auto;html=1;exitX=0;exitY=0.5;exitDx=0;exitDy=0;entryX=1;entryY=0.5;entryDx=0;entryDy=0;" target="KJ-KwieZcmjA-HbrrtZJ-59">
          <mxGeometry relative="1" as="geometry">
            <Array as="points">
              <mxPoint x="640" y="113" />
            </Array>
          </mxGeometry>
        </mxCell>
        <mxCell id="VM2PziwSYxVi0D9SSNG6-12" parent="WIyWlLk6GJQsqaUBKTNV-1" style="text;html=1;whiteSpace=wrap;strokeColor=none;fillColor=none;align=center;verticalAlign=middle;rounded=0;fontSize=30;" value="🧪" vertex="1">
          <mxGeometry height="40" width="40" x="780" y="20" as="geometry" />
        </mxCell>
      </root>
    </mxGraphModel>
  </diagram>
</mxfile>
